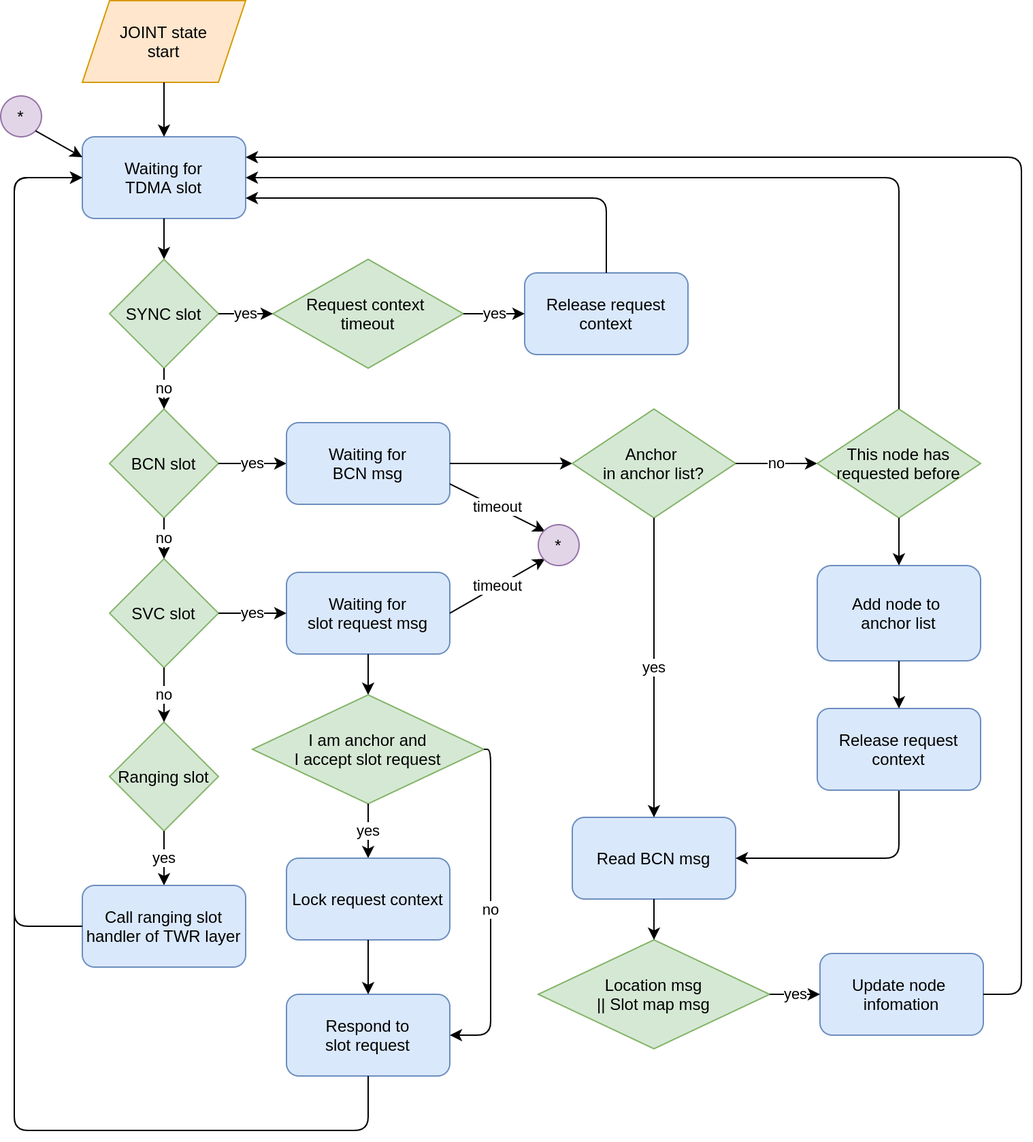
The draw.io diagram reports/03_firmware/img/JOINTED_state_flow_chart.png in tuannv-github/uwb-ips, before a commit. Source tidied: cells renumbered, new cells last; positions are measured from the earlier drawing's top-left corner, leaving out a move shared by most shapes.
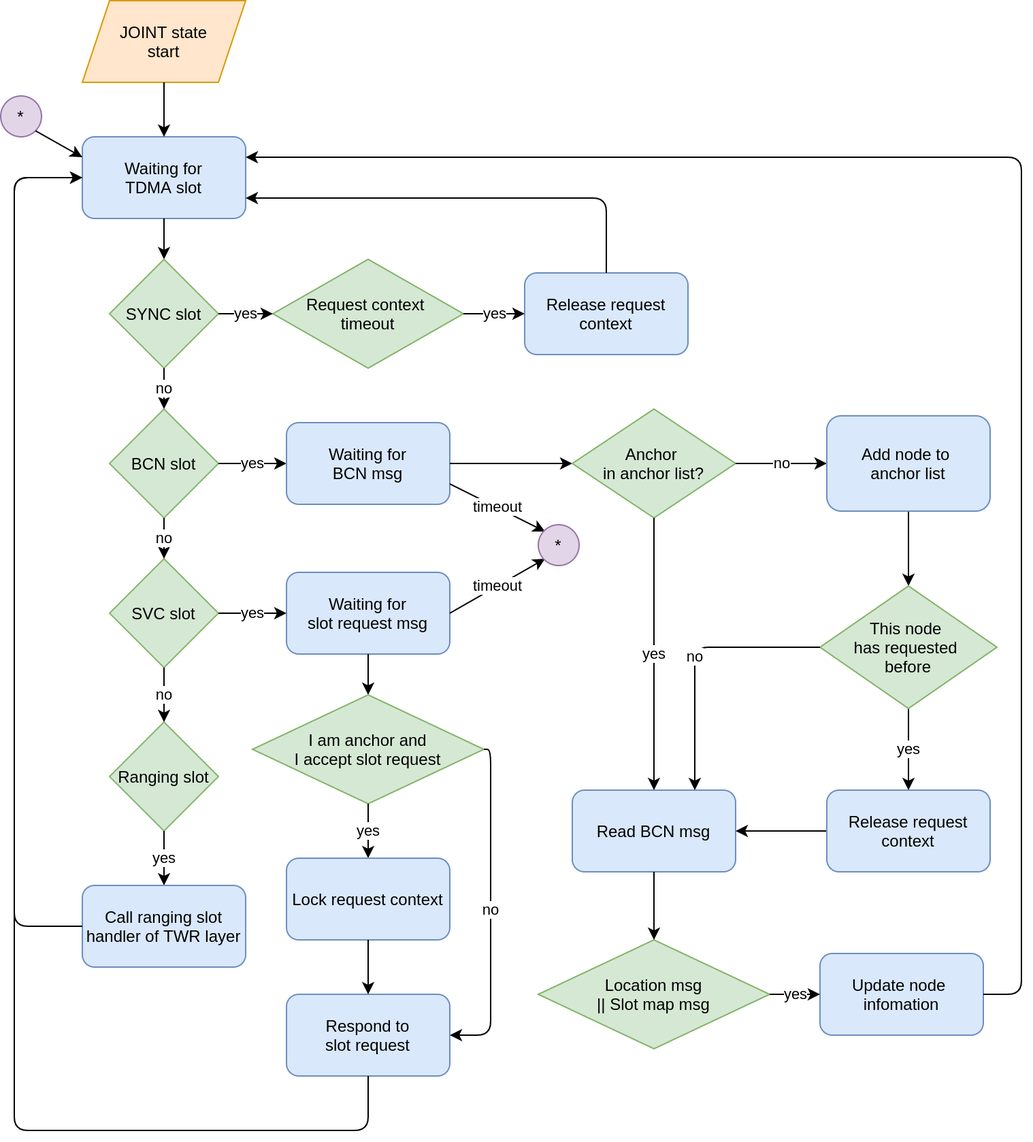
Later version of the same file.

The edit, as a diff of the source:
```diff
@@ -43,21 +43,17 @@
     <mxCell id="13" value="Anchor&amp;nbsp;&lt;br&gt;in anchor list?" style="rhombus;whiteSpace=wrap;html=1;fillColor=#d5e8d4;strokeColor=#82b366;" parent="1" vertex="1">
       <mxGeometry x="420" y="300" width="120" height="80" as="geometry" />
     </mxCell>
-    <mxCell id="14" value="no" style="endArrow=classic;html=1;exitX=1;exitY=0.5;exitDx=0;exitDy=0;entryX=0;entryY=0.5;entryDx=0;entryDy=0;" parent="1" edge="1" source="13" target="38">
+    <mxCell id="14" value="no" style="endArrow=classic;html=1;exitX=1;exitY=0.5;exitDx=0;exitDy=0;entryX=0;entryY=0.5;entryDx=0;entryDy=0;" parent="1" edge="1" source="13" target="23">
       <mxGeometry relative="1" as="geometry" />
     </mxCell>
     <mxCell id="15" value="Read BCN msg" style="rounded=1;whiteSpace=wrap;html=1;fillColor=#dae8fc;strokeColor=#6c8ebf;" parent="1" vertex="1">
-      <mxGeometry x="420" y="600" width="120" height="60" as="geometry" />
+      <mxGeometry x="420" y="580" width="120" height="60" as="geometry" />
     </mxCell>
     <mxCell id="16" value="yes" style="endArrow=classic;html=1;exitX=0.5;exitY=1;exitDx=0;exitDy=0;entryX=0.5;entryY=0;entryDx=0;entryDy=0;" parent="1" edge="1" source="13" target="15">
       <mxGeometry relative="1" as="geometry" />
     </mxCell>
-    <mxCell id="17" style="endArrow=classic;html=1;exitX=0.5;exitY=1;exitDx=0;exitDy=0;entryX=1;entryY=0.5;entryDx=0;entryDy=0;" parent="1" edge="1" source="41" target="15">
-      <mxGeometry relative="1" as="geometry">
-        <Array as="points">
-          <mxPoint x="660" y="630" />
-        </Array>
-      </mxGeometry>
+    <mxCell id="17" style="endArrow=classic;html=1;entryX=1;entryY=0.5;entryDx=0;entryDy=0;exitX=0;exitY=0.5;exitDx=0;exitDy=0;" parent="1" edge="1" source="41" target="15">
+      <mxGeometry relative="1" as="geometry" />
     </mxCell>
     <mxCell id="18" value="Location&amp;nbsp;msg&lt;br&gt;|| Slot map msg" style="rhombus;whiteSpace=wrap;html=1;fillColor=#d5e8d4;strokeColor=#82b366;" parent="1" vertex="1">
       <mxGeometry x="395" y="690" width="170" height="80" as="geometry" />
@@ -79,9 +75,6 @@
         </Array>
       </mxGeometry>
     </mxCell>
-    <mxCell id="23" value="&lt;span&gt;Add node to&amp;nbsp;&lt;/span&gt;&lt;br&gt;&lt;span&gt;anchor list&lt;/span&gt;" style="rounded=1;whiteSpace=wrap;html=1;fillColor=#dae8fc;strokeColor=#6c8ebf;" parent="1" vertex="1">
-      <mxGeometry x="600" y="415" width="120" height="70" as="geometry" />
-    </mxCell>
     <mxCell id="24" value="Waiting for&lt;br&gt;slot request msg" style="rounded=1;whiteSpace=wrap;html=1;fillColor=#dae8fc;strokeColor=#6c8ebf;" parent="1" vertex="1">
       <mxGeometry x="210" y="420" width="120" height="60" as="geometry" />
     </mxCell>
@@ -140,24 +133,13 @@
         </Array>
       </mxGeometry>
     </mxCell>
-    <mxCell id="38" value="This node has&lt;br&gt;requested before" style="rhombus;whiteSpace=wrap;html=1;fillColor=#d5e8d4;strokeColor=#82b366;" parent="1" vertex="1">
-      <mxGeometry x="600" y="300" width="120" height="80" as="geometry" />
-    </mxCell>
-    <mxCell id="39" style="endArrow=classic;html=1;exitX=0.5;exitY=1;exitDx=0;exitDy=0;entryX=0.5;entryY=0;entryDx=0;entryDy=0;" parent="1" edge="1" source="38" target="23">
+    <mxCell id="39" style="endArrow=classic;html=1;exitX=0.5;exitY=1;exitDx=0;exitDy=0;entryX=0.5;entryY=0;entryDx=0;entryDy=0;" parent="1" edge="1" source="23" target="38">
       <mxGeometry relative="1" as="geometry" />
     </mxCell>
-    <mxCell id="40" style="endArrow=classic;html=1;exitX=0.5;exitY=0;exitDx=0;exitDy=0;" parent="1" edge="1" source="38">
-      <mxGeometry relative="1" as="geometry">
-        <mxPoint x="180" y="130" as="targetPoint" />
-        <Array as="points">
-          <mxPoint x="660" y="130" />
-        </Array>
-      </mxGeometry>
-    </mxCell>
     <mxCell id="41" value="Release request context" style="rounded=1;whiteSpace=wrap;html=1;fillColor=#dae8fc;strokeColor=#6c8ebf;" parent="1" vertex="1">
-      <mxGeometry x="600" y="520" width="120" height="60" as="geometry" />
+      <mxGeometry x="607" y="580" width="120" height="60" as="geometry" />
     </mxCell>
-    <mxCell id="42" style="endArrow=classic;html=1;exitX=0.5;exitY=1;exitDx=0;exitDy=0;" parent="1" edge="1" source="23" target="41">
+    <mxCell id="42" value="yes" style="endArrow=classic;html=1;exitX=0.5;exitY=1;exitDx=0;exitDy=0;" parent="1" edge="1" source="38" target="41">
       <mxGeometry relative="1" as="geometry" />
     </mxCell>
     <mxCell id="43" value="SYNC slot" style="rhombus;whiteSpace=wrap;html=1;fillColor=#d5e8d4;strokeColor=#82b366;" parent="1" vertex="1">
@@ -204,5 +186,18 @@
     <mxCell id="54" style="endArrow=classic;html=1;exitX=1;exitY=1;exitDx=0;exitDy=0;entryX=0;entryY=0.25;entryDx=0;entryDy=0;" parent="1" edge="1" source="53" target="3">
       <mxGeometry relative="1" as="geometry" />
     </mxCell>
+    <mxCell id="38" value="This node &lt;br&gt;has requested &lt;br&gt;before" style="rhombus;whiteSpace=wrap;html=1;fillColor=#d5e8d4;strokeColor=#82b366;" parent="1" vertex="1">
+      <mxGeometry x="602" y="430" width="130" height="90" as="geometry" />
+    </mxCell>
+    <mxCell id="23" value="&lt;span&gt;Add node to&amp;nbsp;&lt;/span&gt;&lt;br&gt;&lt;span&gt;anchor list&lt;/span&gt;" style="rounded=1;whiteSpace=wrap;html=1;fillColor=#dae8fc;strokeColor=#6c8ebf;" parent="1" vertex="1">
+      <mxGeometry x="607" y="305" width="120" height="70" as="geometry" />
+    </mxCell>
+    <mxCell id="55" value="no" style="endArrow=classic;html=1;exitX=0;exitY=0.5;exitDx=0;exitDy=0;entryX=0.75;entryY=0;entryDx=0;entryDy=0;" parent="1" edge="1" source="38" target="15">
+      <mxGeometry relative="1" as="geometry">
+        <Array as="points">
+          <mxPoint x="510" y="475" />
+        </Array>
+      </mxGeometry>
+    </mxCell>
   </root>
 </mxGraphModel>
```
